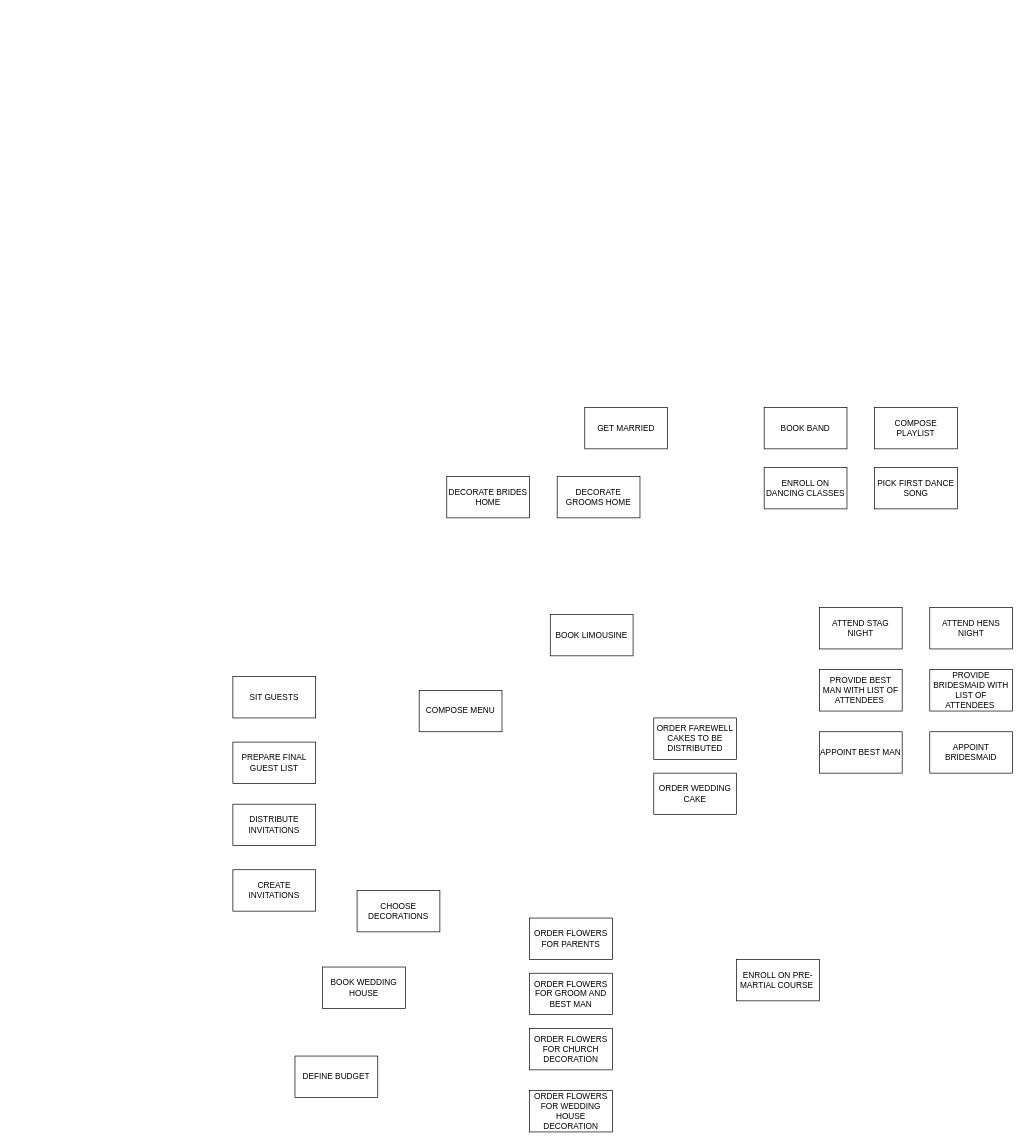
JustMarriedTeam/JustMarriedDocs keeps this draw.io diagram as tasks.drawio.xml. Above is the earlier version. Source tidied: cells renumbered, new cells numbered last; positions are measured from the earlier drawing's top-left corner, leaving out a move shared by most shapes. Both pictures are drawn from the tidied source at 69%, with x=0, y=0 at pixel (233, 407).
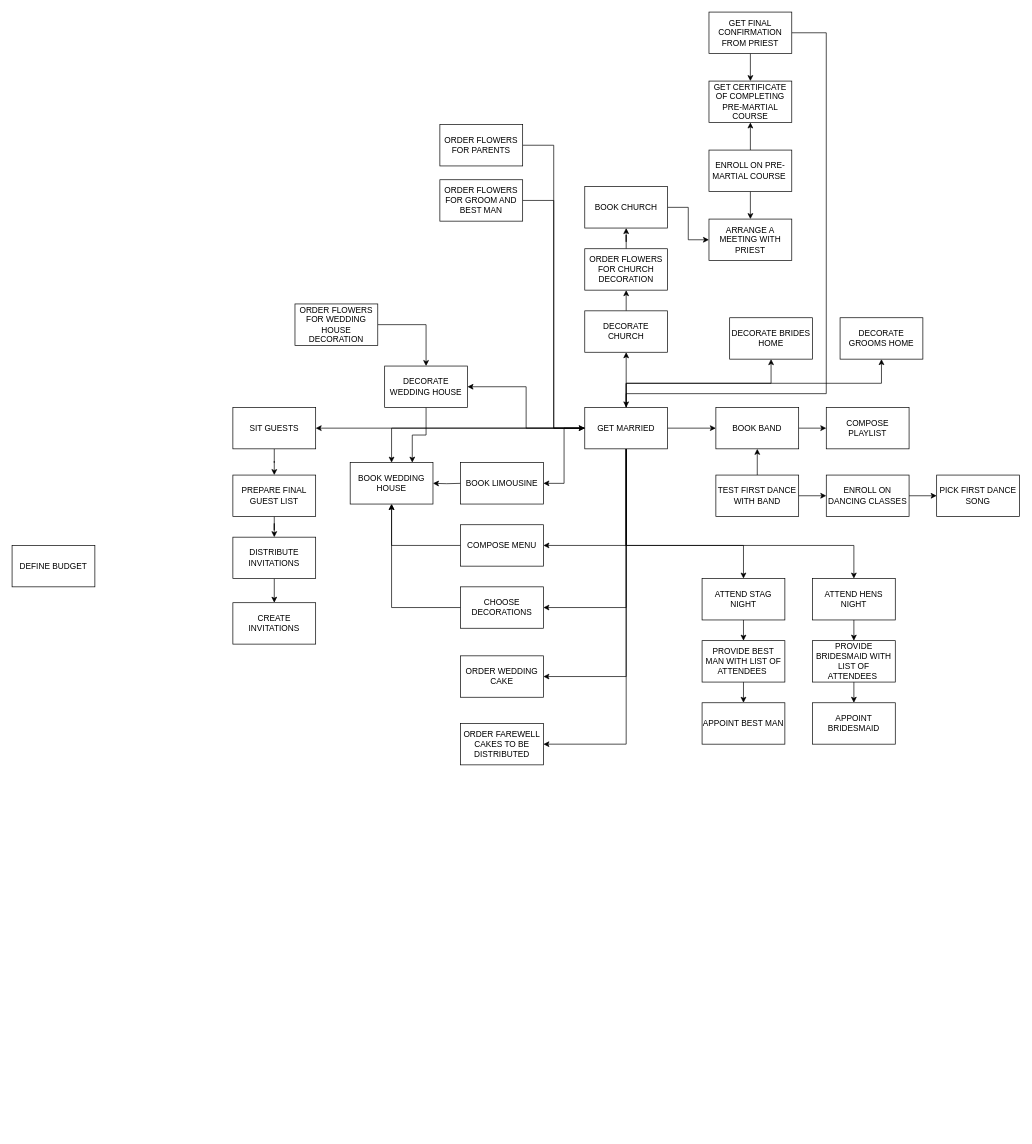
The same diagram, later.

Unchanged cells that the change refers to:
```xml
<mxCell id="2" value="GET MARRIED" style="whiteSpace=wrap;html=1;" parent="1" vertex="1">
  <mxGeometry x="510" width="120" height="60" as="geometry" />
</mxCell>
```

What changed in the source:
```diff
@@
+    <mxCell id="31" style="edgeStyle=orthogonalEdgeStyle;rounded=0;html=1;exitX=1;exitY=0.5;entryX=0;entryY=0.5;jettySize=auto;" parent="1" edge="1" source="2" target="28">
+      <mxGeometry relative="1" as="geometry" />
+    </mxCell>
+    <mxCell id="32" style="edgeStyle=orthogonalEdgeStyle;rounded=0;html=1;exitX=0;exitY=0.5;entryX=1;entryY=0.5;jettySize=auto;" parent="1" edge="1" source="2" target="6">
+      <mxGeometry relative="1" as="geometry" />
+    </mxCell>
+    <mxCell id="33" style="edgeStyle=orthogonalEdgeStyle;rounded=0;html=1;exitX=0.5;exitY=1;jettySize=auto;" parent="1" edge="1" source="2" target="20">
+      <mxGeometry relative="1" as="geometry">
+        <Array as="points">
+          <mxPoint x="570" y="200" />
+          <mxPoint x="740" y="200" />
+        </Array>
+      </mxGeometry>
+    </mxCell>
+    <mxCell id="34" style="edgeStyle=orthogonalEdgeStyle;rounded=0;html=1;exitX=0.5;exitY=1;jettySize=auto;" parent="1" edge="1" source="2" target="22">
+      <mxGeometry relative="1" as="geometry">
+        <Array as="points">
+          <mxPoint x="570" y="200" />
+          <mxPoint x="900" y="200" />
+        </Array>
+      </mxGeometry>
+    </mxCell>
+    <mxCell id="35" style="edgeStyle=orthogonalEdgeStyle;rounded=0;html=1;exitX=0;exitY=0.5;jettySize=auto;" parent="1" edge="1" source="2" target="3">
+      <mxGeometry relative="1" as="geometry" />
+    </mxCell>
+    <mxCell id="36" style="edgeStyle=orthogonalEdgeStyle;rounded=0;html=1;exitX=0;exitY=0.5;entryX=1;entryY=0.5;jettySize=auto;" parent="1" edge="1" source="2" target="18">
+      <mxGeometry relative="1" as="geometry" />
+    </mxCell>
+    <mxCell id="37" style="edgeStyle=orthogonalEdgeStyle;rounded=0;html=1;exitX=0.5;exitY=0;entryX=0.5;entryY=1;jettySize=auto;" parent="1" edge="1" source="2" target="26">
+      <mxGeometry relative="1" as="geometry" />
+    </mxCell>
+    <mxCell id="38" style="edgeStyle=orthogonalEdgeStyle;rounded=0;html=1;exitX=0.5;exitY=0;entryX=0.5;entryY=1;jettySize=auto;" parent="1" edge="1" source="2" target="7">
+      <mxGeometry relative="1" as="geometry" />
+    </mxCell>
+    <mxCell id="39" style="edgeStyle=orthogonalEdgeStyle;rounded=0;html=1;exitX=0.5;exitY=1;entryX=1;entryY=0.5;jettySize=auto;" parent="1" edge="1" source="2" target="10">
+      <mxGeometry relative="1" as="geometry" />
+    </mxCell>
+    <mxCell id="40" style="edgeStyle=orthogonalEdgeStyle;rounded=0;html=1;exitX=0.5;exitY=1;entryX=1;entryY=0.5;jettySize=auto;" parent="1" edge="1" source="2" target="8">
+      <mxGeometry relative="1" as="geometry" />
+    </mxCell>
+    <mxCell id="41" style="edgeStyle=orthogonalEdgeStyle;rounded=0;html=1;exitX=0;exitY=0.5;entryX=1;entryY=0.5;jettySize=auto;" parent="1" edge="1" source="2" target="71">
+      <mxGeometry relative="1" as="geometry" />
+    </mxCell>
+    <mxCell id="42" style="edgeStyle=orthogonalEdgeStyle;rounded=0;html=1;exitX=0.5;exitY=1;entryX=1;entryY=0.5;jettySize=auto;" parent="1" edge="1" source="2" target="11">
+      <mxGeometry relative="1" as="geometry" />
+    </mxCell>
+    <mxCell id="43" style="edgeStyle=orthogonalEdgeStyle;rounded=0;html=1;exitX=0.5;exitY=0;entryX=0.5;entryY=1;jettySize=auto;" parent="1" edge="1" source="2" target="68">
+      <mxGeometry relative="1" as="geometry" />
+    </mxCell>
+    <mxCell id="44" style="edgeStyle=orthogonalEdgeStyle;rounded=0;html=1;exitX=0.5;exitY=1;entryX=1;entryY=0.5;jettySize=auto;" parent="1" edge="1" source="2" target="27">
+      <mxGeometry relative="1" as="geometry" />
+    </mxCell>
@@
     <mxCell id="3" value="BOOK WEDDING HOUSE" style="whiteSpace=wrap;html=1;" parent="1" vertex="1">
-      <mxGeometry x="130" y="811" width="120" height="60" as="geometry" />
+      <mxGeometry x="170" y="80" width="120" height="60" as="geometry" />
     </mxCell>
     <mxCell id="4" value="CREATE INVITATIONS" style="whiteSpace=wrap;html=1;" parent="1" vertex="1">
-      <mxGeometry y="670" width="120" height="60" as="geometry" />
+      <mxGeometry y="283" width="120" height="60" as="geometry" />
     </mxCell>
+    <mxCell id="45" style="edgeStyle=orthogonalEdgeStyle;rounded=0;html=1;exitX=0.5;exitY=1;entryX=0.5;entryY=0;jettySize=auto;" parent="1" edge="1" source="5" target="4">
+      <mxGeometry relative="1" as="geometry" />
+    </mxCell>
     <mxCell id="5" value="DISTRIBUTE INVITATIONS" style="whiteSpace=wrap;html=1;" parent="1" vertex="1">
-      <mxGeometry y="575" width="120" height="60" as="geometry" />
+      <mxGeometry y="188" width="120" height="60" as="geometry" />
     </mxCell>
+    <mxCell id="46" style="edgeStyle=orthogonalEdgeStyle;rounded=0;html=1;exitX=0.5;exitY=1;jettySize=auto;" parent="1" edge="1" source="6" target="19">
+      <mxGeometry relative="1" as="geometry" />
+    </mxCell>
     <mxCell id="6" value="SIT GUESTS" style="whiteSpace=wrap;html=1;" parent="1" vertex="1">
-      <mxGeometry y="390" width="120" height="60" as="geometry" />
+      <mxGeometry width="120" height="60" as="geometry" />
     </mxCell>
     <mxCell id="7" value="DECORATE BRIDES HOME" style="whiteSpace=wrap;html=1;" parent="1" vertex="1">
-      <mxGeometry x="310" y="100" width="120" height="60" as="geometry" />
+      <mxGeometry x="720" y="-130" width="120" height="60" as="geometry" />
     </mxCell>
+    <mxCell id="47" style="edgeStyle=orthogonalEdgeStyle;rounded=0;html=1;exitX=0;exitY=0.5;entryX=0.5;entryY=1;jettySize=auto;" parent="1" edge="1" source="8" target="3">
+      <mxGeometry relative="1" as="geometry" />
+    </mxCell>
     <mxCell id="8" value="CHOOSE DECORATIONS" style="whiteSpace=wrap;html=1;" parent="1" vertex="1">
-      <mxGeometry x="180" y="700" width="120" height="60" as="geometry" />
+      <mxGeometry x="330" y="260" width="120" height="60" as="geometry" />
     </mxCell>
+    <mxCell id="48" style="edgeStyle=orthogonalEdgeStyle;rounded=0;html=1;exitX=1;exitY=0.5;entryX=0;entryY=0.5;jettySize=auto;" parent="1" edge="1" source="9" target="2">
+      <mxGeometry relative="1" as="geometry" />
+    </mxCell>
     <mxCell id="9" value="ORDER FLOWERS FOR PARENTS" style="whiteSpace=wrap;html=1;" parent="1" vertex="1">
-      <mxGeometry x="430" y="740" width="120" height="60" as="geometry" />
+      <mxGeometry x="300" y="-410" width="120" height="60" as="geometry" />
     </mxCell>
+    <mxCell id="49" style="edgeStyle=orthogonalEdgeStyle;rounded=0;html=1;exitX=0;exitY=0.5;entryX=0.5;entryY=1;jettySize=auto;" parent="1" edge="1" source="10" target="3">
+      <mxGeometry relative="1" as="geometry" />
+    </mxCell>
     <mxCell id="10" value="COMPOSE MENU" style="whiteSpace=wrap;html=1;" parent="1" vertex="1">
-      <mxGeometry x="270" y="410" width="120" height="60" as="geometry" />
+      <mxGeometry x="330" y="170" width="120" height="60" as="geometry" />
     </mxCell>
     <mxCell id="11" value="ORDER WEDDING CAKE" style="whiteSpace=wrap;html=1;" parent="1" vertex="1">
-      <mxGeometry x="610" y="530" width="120" height="60" as="geometry" />
+      <mxGeometry x="330" y="360" width="120" height="60" as="geometry" />
     </mxCell>
     <mxCell id="12" value="PICK FIRST DANCE SONG" style="whiteSpace=wrap;html=1;" parent="1" vertex="1">
-      <mxGeometry x="930" y="87" width="120" height="60" as="geometry" />
+      <mxGeometry x="1020" y="98" width="120" height="60" as="geometry" />
     </mxCell>
+    <mxCell id="50" style="edgeStyle=orthogonalEdgeStyle;rounded=0;html=1;jettySize=auto;" parent="1" edge="1" source="13" target="52">
+      <mxGeometry relative="1" as="geometry" />
+    </mxCell>
+    <mxCell id="51" style="edgeStyle=orthogonalEdgeStyle;rounded=0;html=1;exitX=0.5;exitY=1;jettySize=auto;" parent="1" edge="1" source="13" target="73">
+      <mxGeometry relative="1" as="geometry" />
+    </mxCell>
     <mxCell id="13" value="ENROLL ON PRE-MARTIAL COURSE&amp;nbsp;" style="whiteSpace=wrap;html=1;" parent="1" vertex="1">
-      <mxGeometry x="730" y="800" width="120" height="60" as="geometry" />
+      <mxGeometry x="690" y="-373" width="120" height="60" as="geometry" />
     </mxCell>
+    <mxCell id="52" value="GET CERTIFICATE OF COMPLETING PRE-MARTIAL COURSE" style="whiteSpace=wrap;html=1;" parent="1" vertex="1">
+      <mxGeometry x="690" y="-473" width="120" height="60" as="geometry" />
+    </mxCell>
+    <mxCell id="53" style="edgeStyle=orthogonalEdgeStyle;rounded=0;html=1;exitX=0.5;exitY=1;entryX=0.5;entryY=0;jettySize=auto;" parent="1" edge="1" source="55" target="52">
+      <mxGeometry relative="1" as="geometry" />
+    </mxCell>
+    <mxCell id="54" style="edgeStyle=orthogonalEdgeStyle;rounded=0;html=1;exitX=1;exitY=0.5;jettySize=auto;" parent="1" edge="1" source="55" target="2">
+      <mxGeometry relative="1" as="geometry">
+        <Array as="points">
+          <mxPoint x="860" y="-543" />
+          <mxPoint x="860" y="-20" />
+          <mxPoint x="570" y="-20" />
+        </Array>
+      </mxGeometry>
+    </mxCell>
+    <mxCell id="55" value="GET FINAL CONFIRMATION FROM PRIEST" style="whiteSpace=wrap;html=1;" parent="1" vertex="1">
+      <mxGeometry x="690" y="-573" width="120" height="60" as="geometry" />
+    </mxCell>
     <mxCell id="14" value="APPOINT BEST MAN" style="whiteSpace=wrap;html=1;" parent="1" vertex="1">
-      <mxGeometry x="850" y="470" width="120" height="60" as="geometry" />
+      <mxGeometry x="680" y="428" width="120" height="60" as="geometry" />
     </mxCell>
     <mxCell id="15" value="APPOINT BRIDESMAID" style="whiteSpace=wrap;html=1;" parent="1" vertex="1">
-      <mxGeometry x="1010" y="470" width="120" height="60" as="geometry" />
+      <mxGeometry x="840" y="428" width="120" height="60" as="geometry" />
     </mxCell>
+    <mxCell id="56" style="edgeStyle=orthogonalEdgeStyle;rounded=0;html=1;exitX=0.5;exitY=1;entryX=0.5;entryY=0;jettySize=auto;" parent="1" edge="1" source="16" target="14">
+      <mxGeometry relative="1" as="geometry" />
+    </mxCell>
     <mxCell id="16" value="PROVIDE BEST MAN WITH LIST OF ATTENDEES&amp;nbsp;" style="whiteSpace=wrap;html=1;" parent="1" vertex="1">
-      <mxGeometry x="850" y="380" width="120" height="60" as="geometry" />
+      <mxGeometry x="680" y="338" width="120" height="60" as="geometry" />
     </mxCell>
+    <mxCell id="57" style="edgeStyle=orthogonalEdgeStyle;rounded=0;html=1;exitX=1;exitY=0.5;entryX=0;entryY=0.5;jettySize=auto;" parent="1" edge="1" source="17" target="12">
+      <mxGeometry relative="1" as="geometry" />
+    </mxCell>
     <mxCell id="17" value="ENROLL ON DANCING CLASSES" style="whiteSpace=wrap;html=1;" parent="1" vertex="1">
-      <mxGeometry x="770" y="87" width="120" height="60" as="geometry" />
+      <mxGeometry x="860" y="98" width="120" height="60" as="geometry" />
     </mxCell>
+    <mxCell id="58" style="edgeStyle=orthogonalEdgeStyle;rounded=0;html=1;exitX=0;exitY=0.5;entryX=1;entryY=0.5;jettySize=auto;" parent="1" edge="1" target="3">
+      <mxGeometry relative="1" as="geometry">
+        <mxPoint x="330" y="110" as="sourcePoint" />
+      </mxGeometry>
+    </mxCell>
     <mxCell id="18" value="BOOK LIMOUSINE" style="whiteSpace=wrap;html=1;" parent="1" vertex="1">
-      <mxGeometry x="460" y="300" width="120" height="60" as="geometry" />
+      <mxGeometry x="330" y="80" width="120" height="60" as="geometry" />
     </mxCell>
+    <mxCell id="59" style="edgeStyle=orthogonalEdgeStyle;rounded=0;html=1;exitX=0.5;exitY=1;jettySize=auto;" parent="1" edge="1" source="19" target="5">
+      <mxGeometry relative="1" as="geometry" />
+    </mxCell>
     <mxCell id="19" value="PREPARE FINAL GUEST LIST" style="whiteSpace=wrap;html=1;" parent="1" vertex="1">
-      <mxGeometry y="485" width="120" height="60" as="geometry" />
+      <mxGeometry y="98" width="120" height="60" as="geometry" />
     </mxCell>
+    <mxCell id="60" style="edgeStyle=orthogonalEdgeStyle;rounded=0;html=1;exitX=0.5;exitY=1;entryX=0.5;entryY=0;jettySize=auto;" parent="1" edge="1" source="20" target="16">
+      <mxGeometry relative="1" as="geometry" />
+    </mxCell>
     <mxCell id="20" value="ATTEND STAG NIGHT" style="whiteSpace=wrap;html=1;" parent="1" vertex="1">
-      <mxGeometry x="850" y="290" width="120" height="60" as="geometry" />
+      <mxGeometry x="680" y="248" width="120" height="60" as="geometry" />
     </mxCell>
+    <mxCell id="61" style="edgeStyle=orthogonalEdgeStyle;rounded=0;html=1;exitX=0.5;exitY=1;entryX=0.5;entryY=0;jettySize=auto;" parent="1" edge="1" source="21" target="15">
+      <mxGeometry relative="1" as="geometry" />
+    </mxCell>
     <mxCell id="21" value="PROVIDE BRIDESMAID WITH LIST OF ATTENDEES&amp;nbsp;" style="whiteSpace=wrap;html=1;" parent="1" vertex="1">
-      <mxGeometry x="1010" y="380" width="120" height="60" as="geometry" />
+      <mxGeometry x="840" y="338" width="120" height="60" as="geometry" />
     </mxCell>
+    <mxCell id="62" style="edgeStyle=orthogonalEdgeStyle;rounded=0;html=1;exitX=0.5;exitY=1;entryX=0.5;entryY=0;jettySize=auto;" parent="1" edge="1" source="22" target="21">
+      <mxGeometry relative="1" as="geometry" />
+    </mxCell>
     <mxCell id="22" value="ATTEND HENS NIGHT" style="whiteSpace=wrap;html=1;" parent="1" vertex="1">
-      <mxGeometry x="1010" y="290" width="120" height="60" as="geometry" />
+      <mxGeometry x="840" y="248" width="120" height="60" as="geometry" />
     </mxCell>
+    <mxCell id="63" style="edgeStyle=orthogonalEdgeStyle;rounded=0;html=1;exitX=1;exitY=0.5;entryX=0;entryY=0.5;jettySize=auto;" parent="1" edge="1" source="23" target="2">
+      <mxGeometry relative="1" as="geometry" />
+    </mxCell>
     <mxCell id="23" value="ORDER FLOWERS FOR GROOM AND BEST MAN" style="whiteSpace=wrap;html=1;" parent="1" vertex="1">
-      <mxGeometry x="430" y="820" width="120" height="60" as="geometry" />
+      <mxGeometry x="300" y="-330" width="120" height="60" as="geometry" />
     </mxCell>
+    <mxCell id="64" style="edgeStyle=orthogonalEdgeStyle;rounded=0;html=1;jettySize=auto;" parent="1" edge="1" source="24" target="66">
+      <mxGeometry relative="1" as="geometry" />
+    </mxCell>
     <mxCell id="24" value="ORDER FLOWERS FOR CHURCH DECORATION" style="whiteSpace=wrap;html=1;" parent="1" vertex="1">
-      <mxGeometry x="430" y="900" width="120" height="60" as="geometry" />
+      <mxGeometry x="510" y="-230" width="120" height="60" as="geometry" />
     </mxCell>
+    <mxCell id="65" style="edgeStyle=orthogonalEdgeStyle;rounded=0;html=1;exitX=1;exitY=0.5;entryX=0;entryY=0.5;jettySize=auto;" parent="1" edge="1" source="66" target="73">
+      <mxGeometry relative="1" as="geometry" />
+    </mxCell>
+    <mxCell id="66" value="BOOK CHURCH" style="whiteSpace=wrap;html=1;" parent="1" vertex="1">
+      <mxGeometry x="510" y="-320" width="120" height="60" as="geometry" />
+    </mxCell>
+    <mxCell id="67" style="edgeStyle=orthogonalEdgeStyle;rounded=0;html=1;exitX=0.5;exitY=0;entryX=0.5;entryY=1;jettySize=auto;" parent="1" edge="1" source="68" target="24">
+      <mxGeometry relative="1" as="geometry" />
+    </mxCell>
+    <mxCell id="68" value="DECORATE CHURCH" style="whiteSpace=wrap;html=1;" parent="1" vertex="1">
+      <mxGeometry x="510" y="-140" width="120" height="60" as="geometry" />
+    </mxCell>
+    <mxCell id="69" style="edgeStyle=orthogonalEdgeStyle;rounded=0;html=1;jettySize=auto;" parent="1" edge="1" source="25" target="71">
+      <mxGeometry relative="1" as="geometry" />
+    </mxCell>
     <mxCell id="25" value="ORDER FLOWERS FOR WEDDING HOUSE DECORATION" style="whiteSpace=wrap;html=1;" parent="1" vertex="1">
-      <mxGeometry x="430" y="990" width="120" height="60" as="geometry" />
+      <mxGeometry x="90" y="-150" width="120" height="60" as="geometry" />
     </mxCell>
+    <mxCell id="70" style="edgeStyle=orthogonalEdgeStyle;rounded=0;html=1;exitX=0.5;exitY=1;entryX=0.75;entryY=0;jettySize=auto;" parent="1" edge="1" source="71" target="3">
+      <mxGeometry relative="1" as="geometry" />
+    </mxCell>
+    <mxCell id="71" value="DECORATE WEDDING HOUSE" style="whiteSpace=wrap;html=1;" parent="1" vertex="1">
+      <mxGeometry x="220" y="-60" width="120" height="60" as="geometry" />
+    </mxCell>
     <mxCell id="26" value="DECORATE GROOMS HOME" style="whiteSpace=wrap;html=1;" parent="1" vertex="1">
-      <mxGeometry x="470" y="100" width="120" height="60" as="geometry" />
+      <mxGeometry x="880" y="-130" width="120" height="60" as="geometry" />
     </mxCell>
     <mxCell id="27" value="ORDER FAREWELL CAKES TO BE DISTRIBUTED" style="whiteSpace=wrap;html=1;" parent="1" vertex="1">
-      <mxGeometry x="610" y="450" width="120" height="60" as="geometry" />
+      <mxGeometry x="330" y="458" width="120" height="60" as="geometry" />
     </mxCell>
+    <mxCell id="72" style="edgeStyle=orthogonalEdgeStyle;rounded=0;html=1;exitX=1;exitY=0.5;entryX=0;entryY=0.5;jettySize=auto;" parent="1" edge="1" source="28" target="29">
+      <mxGeometry relative="1" as="geometry" />
+    </mxCell>
     <mxCell id="28" value="BOOK BAND" style="whiteSpace=wrap;html=1;" parent="1" vertex="1">
-      <mxGeometry x="770" width="120" height="60" as="geometry" />
+      <mxGeometry x="700" width="120" height="60" as="geometry" />
     </mxCell>
     <mxCell id="29" value="COMPOSE PLAYLIST" style="whiteSpace=wrap;html=1;" parent="1" vertex="1">
-      <mxGeometry x="930" width="120" height="60" as="geometry" />
+      <mxGeometry x="860" width="120" height="60" as="geometry" />
     </mxCell>
     <mxCell id="30" value="DEFINE BUDGET" style="whiteSpace=wrap;html=1;" parent="1" vertex="1">
-      <mxGeometry x="90" y="940" width="120" height="60" as="geometry" />
+      <mxGeometry x="-320" y="200" width="120" height="60" as="geometry" />
     </mxCell>
+    <mxCell id="73" value="ARRANGE A MEETING WITH PRIEST" style="whiteSpace=wrap;html=1;" parent="1" vertex="1">
+      <mxGeometry x="690" y="-273" width="120" height="60" as="geometry" />
+    </mxCell>
+    <mxCell id="74" style="edgeStyle=orthogonalEdgeStyle;rounded=0;html=1;exitX=0.5;exitY=0;entryX=0.5;entryY=1;jettySize=auto;" parent="1" edge="1" source="76" target="28">
+      <mxGeometry relative="1" as="geometry" />
+    </mxCell>
+    <mxCell id="75" style="edgeStyle=orthogonalEdgeStyle;rounded=0;html=1;exitX=1;exitY=0.5;entryX=0;entryY=0.5;jettySize=auto;" parent="1" edge="1" source="76" target="17">
+      <mxGeometry relative="1" as="geometry" />
+    </mxCell>
+    <mxCell id="76" value="TEST FIRST DANCE WITH BAND" style="whiteSpace=wrap;html=1;" parent="1" vertex="1">
+      <mxGeometry x="700" y="98" width="120" height="60" as="geometry" />
+    </mxCell>
```
